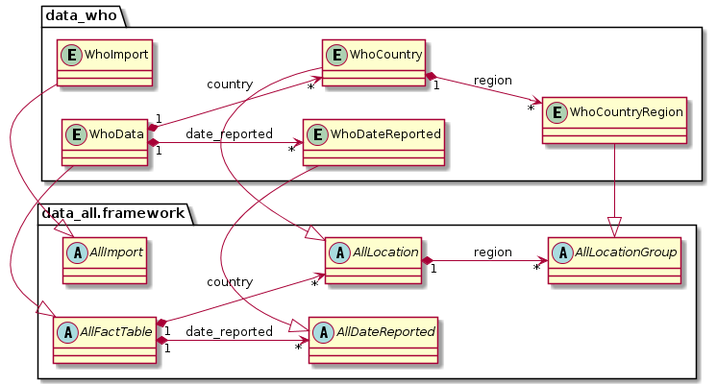
The PlantUML diagram docs/uml/project/data_who/model_impl.png in thomaswoehlke/flask_covid19, before a commit.
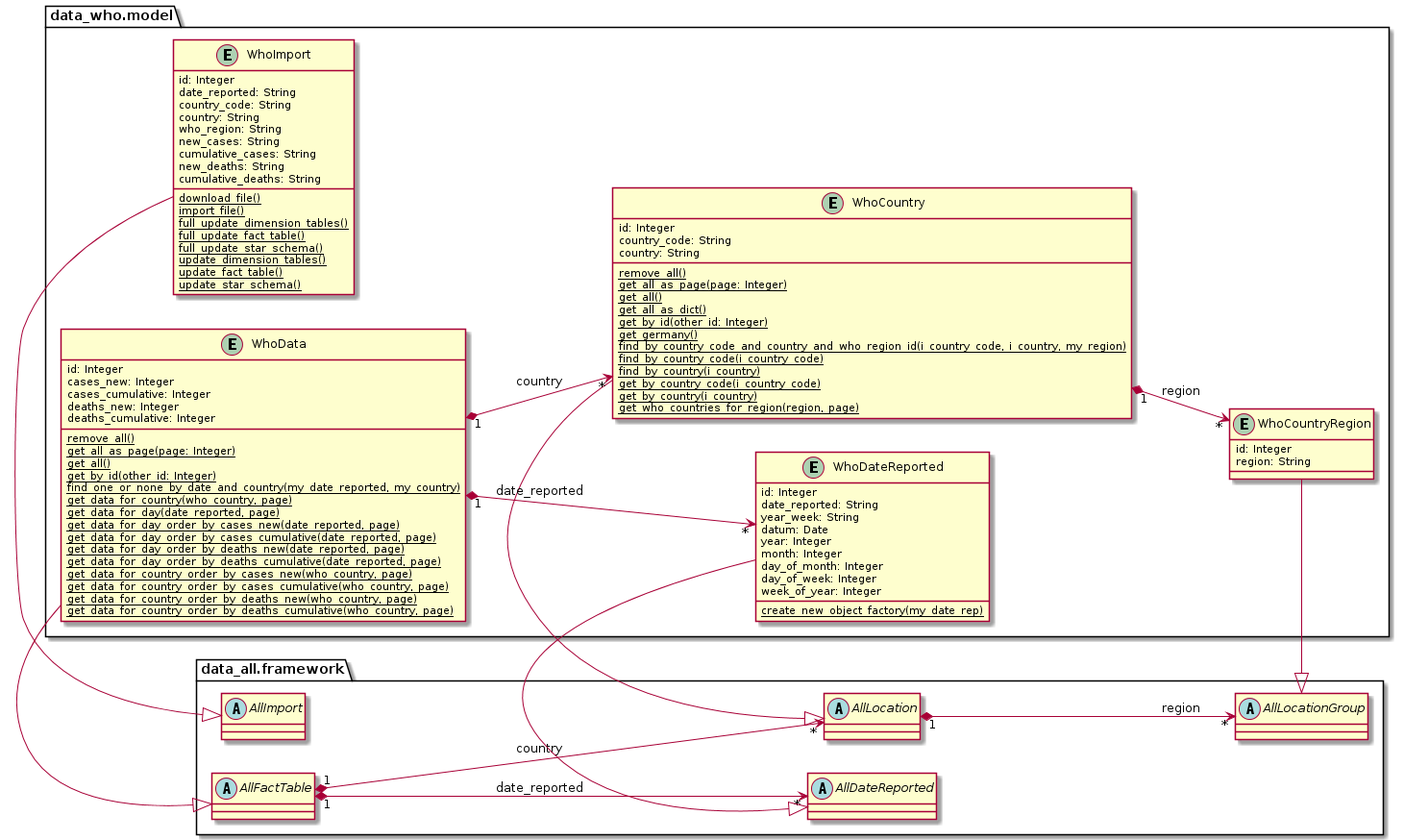
The same diagram one commit later.

The edit, as a diff of the source:
```diff
@@ -1,8 +1,8 @@
 @startuml
 left to right direction
 
+package data_all.framework {
 
-package data_all.framework {
     abstract class AllImport {}
     abstract class AllDateReported {}
     abstract class AllLocation {}
@@ -14,12 +14,86 @@
     AllFactTable "1" *--> "*" AllDateReported : date_reported
 }
 
-package data_who {
-    entity WhoData {}
-    entity WhoDateReported {}
-    entity WhoImport {}
-    entity WhoCountry {}
-    entity WhoCountryRegion {}
+package data_who.model {
+
+    entity WhoImport {
+	    id: Integer
+	    date_reported: String
+	    country_code: String
+	    country: String
+	    who_region: String
+	    new_cases: String
+	    cumulative_cases: String
+	    new_deaths: String
+	    cumulative_deaths: String
+		{classifier} download_file()
+		{classifier} import_file()
+		{classifier} full_update_dimension_tables()
+		{classifier} full_update_fact_table()
+		{classifier} full_update_star_schema()
+		{classifier} update_dimension_tables()
+		{classifier} update_fact_table()
+		{classifier} update_star_schema()
+	}
+
+	entity WhoDateReported {
+	    id: Integer
+		date_reported: String
+	    year_week: String
+	    datum: Date
+	    year: Integer
+	    month: Integer
+	    day_of_month: Integer
+	    day_of_week: Integer
+	    week_of_year: Integer
+	    {classifier} create_new_object_factory(my_date_rep)
+	}
+
+	entity WhoCountry {
+	    id: Integer
+		country_code: String
+	    country: String
+	    {classifier} remove_all()
+	    {classifier} get_all_as_page(page: Integer)
+	    {classifier} get_all()
+	    {classifier} get_all_as_dict()
+	    {classifier} get_by_id(other_id: Integer)
+	    {classifier} get_germany()
+	    {classifier} find_by_country_code_and_country_and_who_region_id(i_country_code, i_country, my_region)
+	    {classifier} find_by_country_code(i_country_code)
+	    {classifier} find_by_country(i_country)
+	    {classifier} get_by_country_code(i_country_code)
+	    {classifier} get_by_country(i_country)
+	    {classifier} get_who_countries_for_region(region, page)
+	}
+
+	entity WhoCountryRegion {
+	    id: Integer
+	    region: String
+	}
+
+	entity WhoData {
+	    id: Integer
+		cases_new: Integer
+	    cases_cumulative: Integer
+	    deaths_new: Integer
+	    deaths_cumulative: Integer
+	    {classifier} remove_all()
+	    {classifier} get_all_as_page(page: Integer)
+	    {classifier} get_all()
+	    {classifier} get_by_id(other_id: Integer)
+	    {classifier} find_one_or_none_by_date_and_country(my_date_reported, my_country)
+	    {classifier} get_data_for_country(who_country, page)
+	    {classifier} get_data_for_day(date_reported, page)
+	    {classifier} get_data_for_day_order_by_cases_new(date_reported, page)
+	    {classifier} get_data_for_day_order_by_cases_cumulative(date_reported, page)
+	    {classifier} get_data_for_day_order_by_deaths_new(date_reported, page)
+	    {classifier} get_data_for_day_order_by_deaths_cumulative(date_reported, page)
+	    {classifier} get_data_for_country_order_by_cases_new(who_country, page)
+	    {classifier} get_data_for_country_order_by_cases_cumulative(who_country, page)
+	    {classifier} get_data_for_country_order_by_deaths_new(who_country, page)
+	    {classifier} get_data_for_country_order_by_deaths_cumulative(who_country, page)
+	}
 
     AllImport <|- WhoImport
     AllDateReported <|- WhoDateReported
@@ -30,7 +104,6 @@
     WhoCountry "1" *--> "*" WhoCountryRegion : region
     WhoData "1" *--> "*" WhoCountry : country
     WhoData "1" *--> "*" WhoDateReported : date_reported
-
 }
 
 @enduml
```
